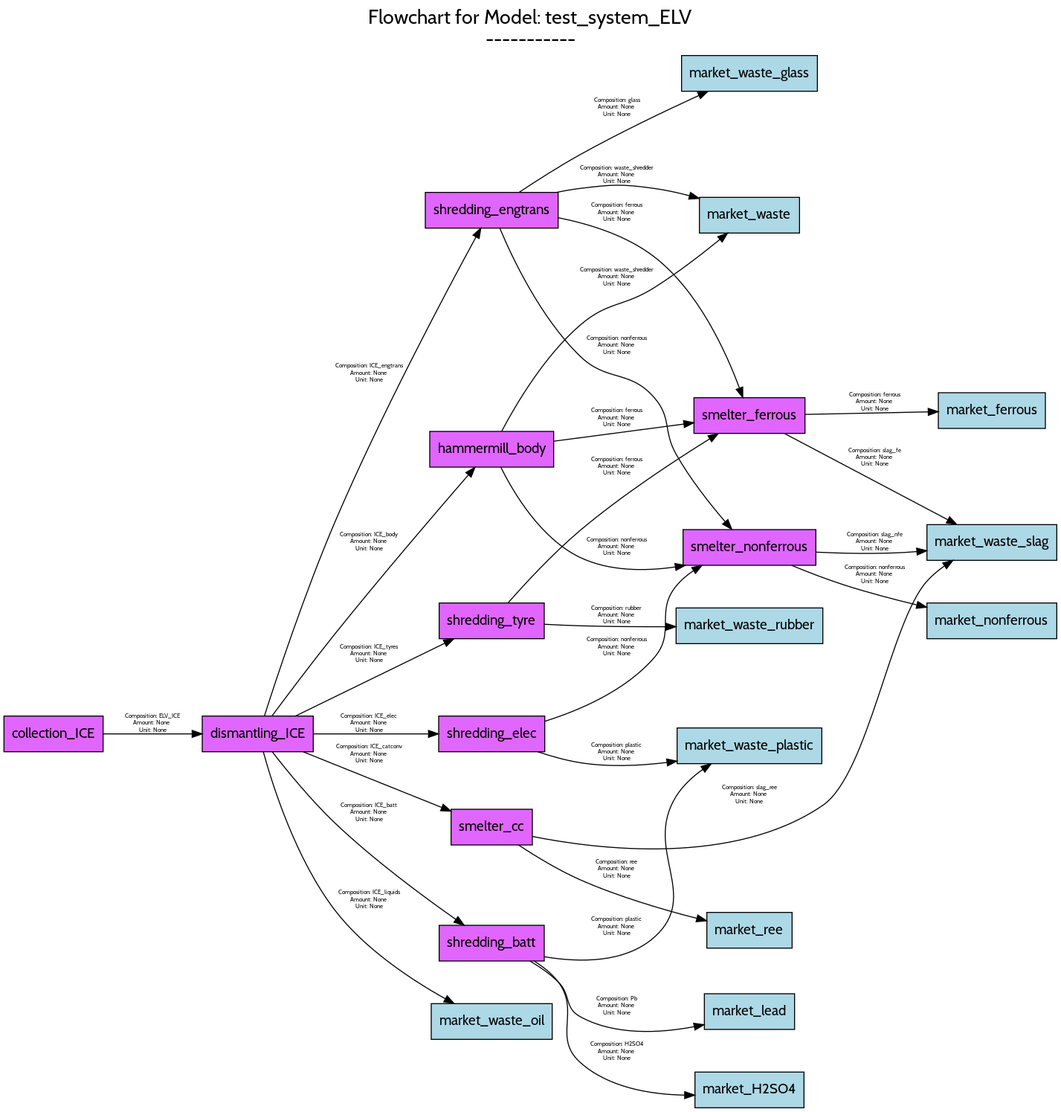
The Graphviz diagram src/examples/ELV/figures/flowcharts/models/png/test_system_ELV.png in FutuRaM-Project/Recovery-Model, before a commit. Its source is kept beside it as src/examples/ELV/figures/flowcharts/models/dot/test_system_ELV.dot.
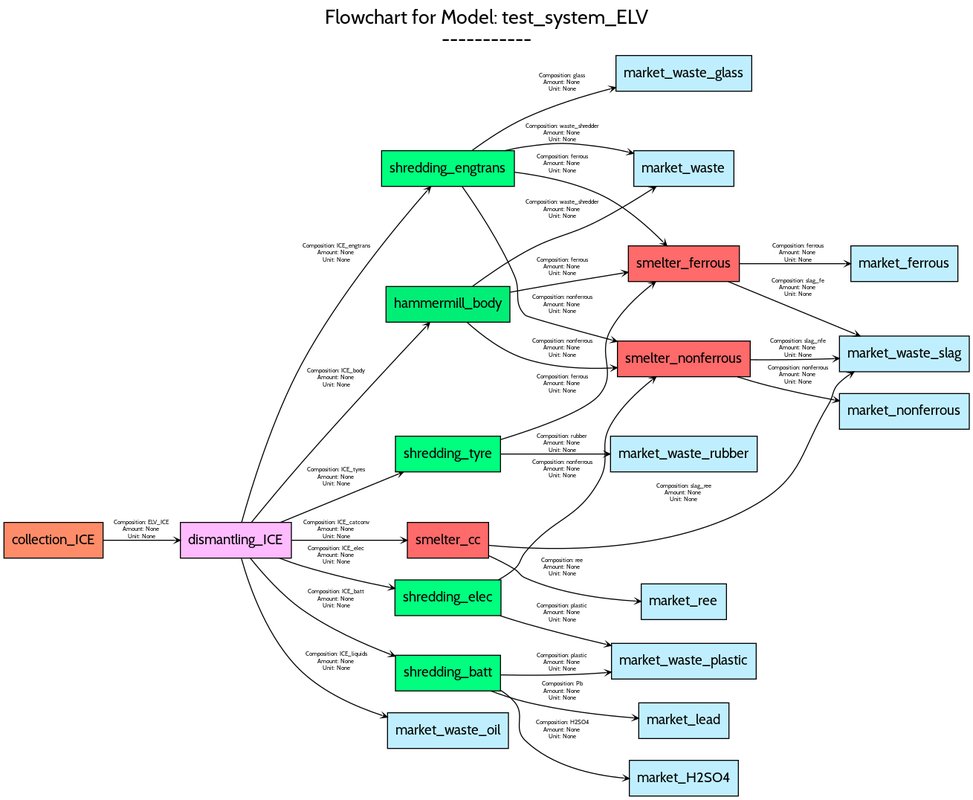
Above is the later version.

Diff of the diagram source:
```diff
@@ -1,3 +1,4 @@
 digraph {
-	graph [bb="0,0,1062,1113",
+	graph [bb="0,0,974,799",
+		engine=neato,
 		fontname=Cabin,
@@ -9,7 +10,7 @@
 		lheight=0.61,
-		lp="531,1087",
+		lp="487,773",
 		lwidth=4.54,
-		nodesep=0.6,
+		nodesep=0.3,
 		rankdir=LR,
-		ranksep=0.6
+		ranksep=0.3
 	];
@@ -19,6 +20,10 @@
 			fontsize=16,
-			label=Collection
+			label=Collection,
+			labelloc=t,
+			margin=25,
+			rank=1,
+			rankdir=LR,
+			style="rounded,filled"
 		];
-		collection_ICE	[color=black,
-			fillcolor=mediumorchid1,
+		collection_ICE	[fillcolor=salmon1,
 			fontname=Cabin,
@@ -26,3 +31,3 @@
 			height=0.5,
-			pos="50,377",
+			pos="50,258",
 			shape=box,
@@ -31,7 +36,20 @@
 	}
-	subgraph other {
+	subgraph dismantling {
 		graph [fontname=Cabin,
 			fontsize=16,
-			label=Other
+			label=Dismantling,
+			labelloc=t,
+			margin=25,
+			rank=2,
+			rankdir=LR,
+			style="rounded,filled"
 		];
+		dismantling_ICE	[fillcolor=plum1,
+			fontname=Cabin,
+			fontsize=14,
+			height=0.5,
+			pos="234,258",
+			shape=box,
+			style=filled,
+			width=1.5556];
 	}
@@ -40,6 +58,10 @@
 			fontsize=16,
-			label=Shredding
+			label=Shredding,
+			labelloc=t,
+			margin=25,
+			rank=3,
+			rankdir=LR,
+			style="rounded,filled"
 		];
-		shredding_engtrans	[color=black,
-			fillcolor=mediumorchid1,
+		shredding_engtrans	[fillcolor=springgreen1,
 			fontname=Cabin,
@@ -47,3 +69,3 @@
 			height=0.5,
-			pos="492,905",
+			pos="448,633",
 			shape=box,
@@ -51,4 +73,3 @@
 			width=1.8611];
-		shredding_tyre	[color=black,
-			fillcolor=mediumorchid1,
+		shredding_tyre	[fillcolor=springgreen1,
 			fontname=Cabin,
@@ -56,3 +77,3 @@
 			height=0.5,
-			pos="492,491",
+			pos="448,345",
 			shape=box,
@@ -60,4 +81,3 @@
 			width=1.4722];
-		shredding_elec	[color=black,
-			fillcolor=mediumorchid1,
+		shredding_elec	[fillcolor=springgreen1,
 			fontname=Cabin,
@@ -65,3 +85,3 @@
 			height=0.5,
-			pos="492,377",
+			pos="448,200",
 			shape=box,
@@ -69,4 +89,3 @@
 			width=1.4861];
-		shredding_batt	[color=black,
-			fillcolor=mediumorchid1,
+		shredding_batt	[fillcolor=springgreen1,
 			fontname=Cabin,
@@ -74,3 +93,3 @@
 			height=0.5,
-			pos="492,166",
+			pos="448,124",
 			shape=box,
@@ -79,2 +98,21 @@
 	}
+	subgraph hammermill {
+		graph [fontname=Cabin,
+			fontsize=16,
+			label=Hammermill,
+			labelloc=t,
+			margin=25,
+			rank=3,
+			rankdir=LR,
+			style="rounded,filled"
+		];
+		hammermill_body	[fillcolor=springgreen2,
+			fontname=Cabin,
+			fontsize=14,
+			height=0.5,
+			pos="448,496",
+			shape=box,
+			style=filled,
+			width=1.7361];
+	}
 	subgraph smelter {
@@ -82,6 +120,10 @@
 			fontsize=16,
-			label=Smelter
+			label=Smelter,
+			labelloc=t,
+			margin=25,
+			rank=4,
+			rankdir=LR,
+			style="rounded,filled"
 		];
-		smelter_cc	[color=black,
-			fillcolor=mediumorchid1,
+		smelter_cc	[fillcolor=indianred1,
 			fontname=Cabin,
@@ -89,3 +131,3 @@
 			height=0.5,
-			pos="492,283",
+			pos="448,258",
 			shape=box,
@@ -93,4 +135,3 @@
 			width=1.1389];
-		smelter_nonferrous	[color=black,
-			fillcolor=mediumorchid1,
+		smelter_nonferrous	[fillcolor=indianred1,
 			fontname=Cabin,
@@ -98,3 +139,3 @@
 			height=0.5,
-			pos="752,565",
+			pos="686,441",
 			shape=box,
@@ -102,4 +143,3 @@
 			width=1.8611];
-		smelter_ferrous	[color=black,
-			fillcolor=mediumorchid1,
+		smelter_ferrous	[fillcolor=indianred1,
 			fontname=Cabin,
@@ -107,3 +147,3 @@
 			height=0.5,
-			pos="752,698",
+			pos="686,537",
 			shape=box,
@@ -115,6 +155,10 @@
 			fontsize=16,
-			label=Market
+			label=Market,
+			labelloc=t,
+			margin=25,
+			rank=5,
+			rankdir=LR,
+			style="rounded,filled"
 		];
-		market_waste_rubber	[color=black,
-			fillcolor=lightblue,
+		market_waste_rubber	[fillcolor=lightblue1,
 			fontname=Cabin,
@@ -122,3 +166,3 @@
 			height=0.5,
-			pos="752,486",
+			pos="686,345",
 			shape=box,
@@ -126,4 +170,3 @@
 			width=2.0556];
-		market_ree	[color=black,
-			fillcolor=lightblue,
+		market_ree	[fillcolor=lightblue1,
 			fontname=Cabin,
@@ -131,3 +174,3 @@
 			height=0.5,
-			pos="752,179",
+			pos="686,196",
 			shape=box,
@@ -135,4 +178,3 @@
 			width=1.1944];
-		market_lead	[color=black,
-			fillcolor=lightblue,
+		market_lead	[fillcolor=lightblue1,
 			fontname=Cabin,
@@ -140,3 +182,3 @@
 			height=0.5,
-			pos="752,97",
+			pos="686,76",
 			shape=box,
@@ -144,4 +186,3 @@
 			width=1.2639];
-		market_H2SO4	[color=black,
-			fillcolor=lightblue,
+		market_H2SO4	[fillcolor=lightblue1,
 			fontname=Cabin,
@@ -149,3 +190,3 @@
 			height=0.5,
-			pos="752,18",
+			pos="686,18",
 			shape=box,
@@ -153,4 +194,3 @@
 			width=1.5278];
-		market_nonferrous	[color=black,
-			fillcolor=lightblue,
+		market_nonferrous	[fillcolor=lightblue1,
 			fontname=Cabin,
@@ -158,3 +198,3 @@
 			height=0.5,
-			pos="996.5,491",
+			pos="908.5,388",
 			shape=box,
@@ -162,4 +202,3 @@
 			width=1.8194];
-		market_ferrous	[color=black,
-			fillcolor=lightblue,
+		market_ferrous	[fillcolor=lightblue1,
 			fontname=Cabin,
@@ -167,3 +206,3 @@
 			height=0.5,
-			pos="996.5,703",
+			pos="908.5,537",
 			shape=box,
@@ -171,4 +210,3 @@
 			width=1.5];
-		market_waste	[color=black,
-			fillcolor=lightblue,
+		market_waste	[fillcolor=lightblue1,
 			fontname=Cabin,
@@ -176,3 +214,3 @@
 			height=0.5,
-			pos="752,900",
+			pos="686,633",
 			shape=box,
@@ -180,4 +218,3 @@
 			width=1.4028];
-		market_waste_glass	[color=black,
-			fillcolor=lightblue,
+		market_waste_glass	[fillcolor=lightblue1,
 			fontname=Cabin,
@@ -185,3 +222,3 @@
 			height=0.5,
-			pos="752,1043",
+			pos="686,729",
 			shape=box,
@@ -189,4 +226,3 @@
 			width=1.9028];
-		market_waste_plastic	[color=black,
-			fillcolor=lightblue,
+		market_waste_plastic	[fillcolor=lightblue1,
 			fontname=Cabin,
@@ -194,3 +230,3 @@
 			height=0.5,
-			pos="752,365",
+			pos="686,136",
 			shape=box,
@@ -198,4 +234,3 @@
 			width=2.0278];
-		market_waste_slag	[color=black,
-			fillcolor=lightblue,
+		market_waste_slag	[fillcolor=lightblue1,
 			fontname=Cabin,
@@ -203,3 +238,3 @@
 			height=0.5,
-			pos="996.5,570",
+			pos="908.5,446",
 			shape=box,
@@ -207,4 +242,3 @@
 			width=1.8194];
-		market_waste_oil	[color=black,
-			fillcolor=lightblue,
+		market_waste_oil	[fillcolor=lightblue1,
 			fontname=Cabin,
@@ -212,3 +246,3 @@
 			height=0.5,
-			pos="492,87",
+			pos="448,66",
 			shape=box,
@@ -217,12 +251,5 @@
 	}
-	dismantling_ICE	[color=black,
-		fillcolor=mediumorchid1,
-		fontname=Cabin,
-		fontsize=14,
-		height=0.5,
-		pos="256,377",
-		shape=box,
-		style=filled,
-		width=1.5556];
-	collection_ICE -> dismantling_ICE	[color=black,
+	collection_ICE -> dismantling_ICE	[arrowhead=vee,
+		arrowsize=0.5,
+		color=black,
 		fontname=Cabin,
@@ -232,5 +259,7 @@
 Unit: None",
-		lp="150,387.5",
-		pos="e,199.83,377 100.12,377 127.02,377 160.69,377 189.76,377"];
-	dismantling_ICE -> shredding_engtrans	[color=black,
+		lp="139,268.5",
+		pos="e,177.93,258 100.25,258 122.57,258 149.16,258 172.66,258"];
+	dismantling_ICE -> shredding_engtrans	[arrowhead=vee,
+		arrowsize=0.5,
+		color=black,
 		fontname=Cabin,
@@ -240,14 +269,37 @@
 Unit: None",
-		lp="368.5,740.5",
-		pos="e,481.03,886.95 262.69,395.03 274.59,432.21 303.54,519.86 334,591 380.62,699.88 446.93,824.4 476.17,878.07"];
-	hammermill_body	[color=black,
-		fillcolor=mediumorchid1,
+		lp="335.5,547.5",
+		pos="e,430.55,614.77 239.77,276 248.95,309.12 270.85,381.38 301,437 337.92,505.11 396.44,575.76 426.97,610.69"];
+	dismantling_ICE -> shredding_tyre	[arrowhead=vee,
+		arrowsize=0.5,
+		color=black,
 		fontname=Cabin,
-		fontsize=14,
-		height=0.5,
-		pos="492,664",
-		shape=box,
-		style=filled,
-		width=1.7361];
-	dismantling_ICE -> hammermill_body	[color=black,
+		fontsize=6,
+		label="Composition: ICE_tyres
+Amount: None
+Unit: None",
+		lp="335.5,321.5",
+		pos="e,403.13,327 278.93,276.03 313.75,290.32 362.37,310.27 398.36,325.04"];
+	dismantling_ICE -> shredding_elec	[arrowhead=vee,
+		arrowsize=0.5,
+		color=black,
+		fontname=Cabin,
+		fontsize=6,
+		label="Composition: ICE_elec
+Amount: None
+Unit: None",
+		lp="335.5,242.5",
+		pos="e,394.45,209.41 277.96,239.94 285.56,237.07 293.46,234.3 301,232 329.74,223.25 362.36,215.87 389.46,210.41"];
+	dismantling_ICE -> shredding_batt	[arrowhead=vee,
+		arrowsize=0.5,
+		color=black,
+		fontname=Cabin,
+		fontsize=6,
+		label="Composition: ICE_batt
+Amount: None
+Unit: None",
+		lp="335.5,198.5",
+		pos="e,394.68,141.08 248.55,239.97 260.87,224.56 280.25,202.63 301,188 328.05,168.93 361.69,153.71 389.85,142.91"];
+	dismantling_ICE -> hammermill_body	[arrowhead=vee,
+		arrowsize=0.5,
+		color=black,
 		fontname=Cabin,
@@ -257,5 +309,7 @@
 Unit: None",
-		lp="368.5,570.5",
-		pos="e,475.09,645.77 270.37,395.09 285.52,415.46 311.09,449.45 334,478 380.52,535.97 437.23,602.09 468.17,637.79"];
-	dismantling_ICE -> smelter_cc	[color=black,
+		lp="335.5,421.5",
+		pos="e,429.63,477.65 249.7,276.09 262.93,292.23 282.98,316.43 301,337 344.48,386.64 397.23,443.22 425.92,473.71"];
+	dismantling_ICE -> smelter_cc	[arrowhead=vee,
+		arrowsize=0.5,
+		color=black,
 		fontname=Cabin,
@@ -265,29 +319,7 @@
 Unit: None",
-		lp="368.5,356.5",
-		pos="e,450.99,299.04 301.78,358.96 312.35,354.71 323.57,350.19 334,346 369.9,331.57 410.43,315.31 441.32,302.92"];
-	dismantling_ICE -> shredding_tyre	[color=black,
-		fontname=Cabin,
-		fontsize=6,
-		label="Composition: ICE_tyres
-Amount: None
-Unit: None",
-		lp="368.5,457.5",
-		pos="e,453.71,472.83 294.08,395.06 334.86,414.93 400.47,446.9 444.63,468.41"];
-	dismantling_ICE -> shredding_elec	[color=black,
-		fontname=Cabin,
-		fontsize=6,
-		label="Composition: ICE_elec
-Amount: None
-Unit: None",
-		lp="368.5,387.5",
-		pos="e,438.22,377 312.16,377 346.84,377 391.69,377 427.8,377"];
-	dismantling_ICE -> shredding_batt	[color=black,
-		fontname=Cabin,
-		fontsize=6,
-		label="Composition: ICE_batt
-Amount: None
-Unit: None",
-		lp="368.5,297.5",
-		pos="e,464.11,184.15 270.75,358.79 285.43,339.89 309.85,309.95 334,287 372.93,250.01 422.74,213.15 455.7,190.01"];
-	dismantling_ICE -> market_waste_oil	[color=black,
+		lp="335.5,268.5",
+		pos="e,406.86,258 290.15,258 324.85,258 369.08,258 401.73,258"];
+	dismantling_ICE -> market_waste_oil	[arrowhead=vee,
+		arrowsize=0.5,
+		color=black,
 		fontname=Cabin,
@@ -297,5 +329,7 @@
 Unit: None",
-		lp="368.5,209.5",
-		pos="e,454.09,105.05 261.65,358.8 271,324.76 294.63,250.27 334,199 363.67,160.36 410.33,129.47 445.08,109.99"];
-	shredding_engtrans -> smelter_nonferrous	[color=black,
+		lp="335.5,135.5",
+		pos="e,386.82,79.613 239.6,239.54 247.54,211.24 266.39,157.05 301,125 323.47,104.19 354.23,90.293 381.73,81.246"];
+	shredding_engtrans -> smelter_nonferrous	[arrowhead=vee,
+		arrowsize=0.5,
+		color=black,
 		fontname=Cabin,
@@ -305,6 +339,8 @@
 Unit: None",
-		lp="618.5,768.5",
-		pos="e,734.16,583.28 500.24,886.68 512.84,856.68 541.32,796.55 581,758 608.4,731.38 630.97,744.86 656,716 673.79,695.48 664.64,682.64 \
-678,659 691.93,634.35 711.86,609.16 727.38,591.07"];
-	shredding_engtrans -> smelter_ferrous	[color=black,
+		lp="563.5,495.5",
+		pos="e,618.65,458.58 462.36,614.75 477.06,593.95 500.51,558.48 515,525 522.32,508.08 512.97,498.05 526,485 527.71,483.28 572.15,471.06 \
+613.61,459.93"];
+	shredding_engtrans -> smelter_ferrous	[arrowhead=vee,
+		arrowsize=0.5,
+		color=black,
 		fontname=Cabin,
@@ -314,5 +350,7 @@
 Unit: None",
-		lp="618.5,902.5",
-		pos="e,745.27,716.15 559.25,897.44 591.1,891.09 628.27,879.43 656,858 700.56,823.57 728.48,761.86 741.76,725.97"];
-	shredding_engtrans -> market_waste	[color=black,
+		lp="563.5,637.5",
+		pos="e,668.87,555.02 515.21,629.26 542.72,625.81 574.38,619.28 601,607 625.79,595.57 649.24,574.89 665.03,558.96"];
+	shredding_engtrans -> market_waste	[arrowhead=vee,
+		arrowsize=0.5,
+		color=black,
 		fontname=Cabin,
@@ -322,6 +360,8 @@
 Unit: None",
-		lp="618.5,940.5",
-		pos="e,701.27,916.93 557.54,923.04 565.39,924.67 573.34,926.06 581,927 614.08,931.07 622.99,931.6 656,927 667.68,925.37 679.93,922.67 \
-691.61,919.59"];
-	shredding_engtrans -> market_waste_glass	[color=black,
+		lp="563.5,668.5",
+		pos="e,635.22,648.28 505.38,651.04 512.27,652.67 519.25,654.06 526,655 559.01,659.62 567.94,659.26 601,655 610.55,653.77 620.56,651.78 \
+630.21,649.5"];
+	shredding_engtrans -> market_waste_glass	[arrowhead=vee,
+		arrowsize=0.5,
+		color=black,
 		fontname=Cabin,
@@ -331,5 +371,28 @@
 Unit: None",
-		lp="618.5,1008.5",
-		pos="e,710.13,1024.9 519.85,923.25 537.03,934.63 559.96,949.28 581,961 620.38,982.93 666.53,1005 700.8,1020.7"];
-	hammermill_body -> smelter_nonferrous	[color=black,
+		lp="563.5,719.5",
+		pos="e,617.22,714.73 472.16,651.09 486.89,661.89 506.76,675.17 526,684 553.12,696.45 584.46,706.21 612.1,713.42"];
+	shredding_tyre -> smelter_ferrous	[arrowhead=vee,
+		arrowsize=0.5,
+		color=black,
+		fontname=Cabin,
+		fontsize=6,
+		label="Composition: ferrous
+Amount: None
+Unit: None",
+		lp="563.5,415.5",
+		pos="e,657.48,518.84 501.06,359.56 539.7,371.42 587.87,388.8 601,405 619.45,427.76 598.01,444.26 612,470 621.84,488.1 638.44,503.92 653.33,\
+515.64"];
+	shredding_tyre -> market_waste_rubber	[arrowhead=vee,
+		arrowsize=0.5,
+		color=black,
+		fontname=Cabin,
+		fontsize=6,
+		label="Composition: rubber
+Amount: None
+Unit: None",
+		lp="563.5,355.5",
+		pos="e,611.57,345 501.08,345 532,345 571.82,345 606.49,345"];
+	shredding_elec -> smelter_nonferrous	[arrowhead=vee,
+		arrowsize=0.5,
+		color=black,
 		fontname=Cabin,
@@ -339,5 +402,59 @@
 Unit: None",
-		lp="618.5,565.5",
-		pos="e,687.18,546.94 501.22,645.87 514.04,620.1 541.5,573.88 581,555 610.49,540.91 646.2,540.85 677.27,545.33"];
-	hammermill_body -> smelter_ferrous	[color=black,
+		lp="563.5,329.5",
+		pos="e,658.05,423 498.84,218.05 504.6,221.22 510.14,224.86 515,229 521.85,234.83 520.3,239.04 526,246 555.49,281.98 578.77,278.14 601,\
+319 612.91,340.9 599.77,352.28 612,374 622.18,392.09 638.98,408.01 653.9,419.79"];
+	shredding_elec -> market_waste_plastic	[arrowhead=vee,
+		arrowsize=0.5,
+		color=black,
+		fontname=Cabin,
+		fontsize=6,
+		label="Composition: plastic
+Amount: None
+Unit: None",
+		lp="563.5,184.5",
+		pos="e,612.61,151.84 500.57,181.87 509.03,179.1 517.73,176.38 526,174 552.34,166.42 581.43,159.16 607.45,153.04"];
+	shredding_batt -> market_lead	[arrowhead=vee,
+		arrowsize=0.5,
+		color=black,
+		fontname=Cabin,
+		fontsize=6,
+		label="Composition: Pb
+Amount: None
+Unit: None",
+		lp="563.5,105.5",
+		pos="e,640.28,78.453 491.59,105.87 502.63,101.75 514.62,97.779 526,95 562.02,86.203 603.66,81.415 635.29,78.847"];
+	shredding_batt -> market_H2SO4	[arrowhead=vee,
+		arrowsize=0.5,
+		color=black,
+		fontname=Cabin,
+		fontsize=6,
+		label="Composition: H2SO4
+Amount: None
+Unit: None",
+		lp="563.5,66.5",
+		pos="e,630.91,17.625 501.1,106.65 506.27,103.39 511.06,99.533 515,95 526.82,81.411 513.01,68.475 526,56 552.33,30.713 592.34,21.243 625.63,\
+18.08"];
+	shredding_batt -> market_waste_plastic	[arrowhead=vee,
+		arrowsize=0.5,
+		color=black,
+		fontname=Cabin,
+		fontsize=6,
+		label="Composition: plastic
+Amount: None
+Unit: None",
+		lp="563.5,134.5",
+		pos="e,612.68,125 501.12,122.18 530.49,121.61 567.83,121.64 601,124 603.15,124.15 605.33,124.33 607.52,124.52"];
+	hammermill_body -> smelter_nonferrous	[arrowhead=vee,
+		arrowsize=0.5,
+		color=black,
+		fontname=Cabin,
+		fontsize=6,
+		label="Composition: nonferrous
+Amount: None
+Unit: None",
+		lp="563.5,451.5",
+		pos="e,618.62,432.04 467.38,477.77 481.92,464.72 503.47,448.22 526,441 553.72,432.12 585.57,430.55 613.46,431.78"];
+	hammermill_body -> smelter_ferrous	[arrowhead=vee,
+		arrowsize=0.5,
+		color=black,
 		fontname=Cabin,
@@ -347,5 +464,7 @@
 Unit: None",
-		lp="618.5,695.5",
-		pos="e,695.85,690.73 554.8,672.14 594.38,677.36 645.67,684.12 685.88,689.42"];
-	hammermill_body -> market_waste	[color=black,
+		lp="563.5,533.5",
+		pos="e,629.74,528.39 510.75,508.2 515.9,509.17 521.04,510.11 526,511 558.53,516.83 594.91,522.81 624.65,527.57"];
+	hammermill_body -> market_waste	[arrowhead=vee,
+		arrowsize=0.5,
+		color=black,
 		fontname=Cabin,
@@ -355,6 +474,8 @@
 Unit: None",
-		lp="618.5,837.5",
-		pos="e,729.95,881.99 502.11,682.25 516.04,708.64 544.87,757.75 581,789 609.26,813.45 624.38,807.09 656,827 679.2,841.61 703.69,860.53 \
-722,875.45"];
-	smelter_cc -> market_ree	[color=black,
+		lp="563.5,591.5",
+		pos="e,657.99,614.83 472.82,514.24 487.65,525.11 507.37,538.75 526,549 557.75,566.47 568.83,564.3 601,581 618.95,590.32 638.19,602.08 \
+653.71,612.07"];
+	smelter_cc -> market_ree	[arrowhead=vee,
+		arrowsize=0.5,
+		color=black,
 		fontname=Cabin,
@@ -364,5 +485,8 @@
 Unit: None",
-		lp="618.5,240.5",
-		pos="e,708.73,188.54 519.02,264.95 536.06,253.74 559.15,239.67 581,230 619.21,213.08 664.64,199.78 698.92,191.01"];
-	smelter_cc -> market_waste_slag	[color=black,
+		lp="563.5,230.5",
+		pos="e,642.79,196.33 489.32,242.37 498.02,238.43 507,233.91 515,229 520.39,225.7 520.23,222.56 526,220 561.36,204.3 605.03,198.57 637.66,\
+196.61"];
+	smelter_cc -> market_waste_slag	[arrowhead=vee,
+		arrowsize=0.5,
+		color=black,
 		fontname=Cabin,
@@ -372,6 +496,28 @@
 Unit: None",
-		lp="752,315.5",
-		pos="e,957.21,551.92 533.06,273.58 600.14,260.24 736.64,243.74 826,305 871.68,336.31 894.03,489.77 931,531 936.04,536.63 942.1,541.7 \
-948.44,546.18"];
-	shredding_tyre -> smelter_ferrous	[color=black,
+		lp="686,305.5",
+		pos="e,857.7,427.95 489.1,252.9 551.71,246.98 674.37,243.78 760,295 807,323.11 803.66,348.14 832,395 837.66,404.35 835.11,409.43 843,\
+417 846.12,419.99 849.6,422.71 853.29,425.18"];
+	smelter_nonferrous -> market_nonferrous	[arrowhead=vee,
+		arrowsize=0.5,
+		color=black,
+		fontname=Cabin,
+		fontsize=6,
+		label="Composition: nonferrous
+Amount: None
+Unit: None",
+		lp="801.5,424.5",
+		pos="e,842.91,398.62 740.04,422.87 750.25,419.68 760.91,416.57 771,414 792.53,408.51 816.24,403.61 837.78,399.57"];
+	smelter_nonferrous -> market_waste_slag	[arrowhead=vee,
+		arrowsize=0.5,
+		color=black,
+		fontname=Cabin,
+		fontsize=6,
+		label="Composition: slag_nfe
+Amount: None
+Unit: None",
+		lp="801.5,451.5",
+		pos="e,842.85,441.44 753.06,440.08 777.83,439.98 806.21,440.15 832,441 833.88,441.06 835.79,441.13 837.72,441.21"];
+	smelter_ferrous -> market_ferrous	[arrowhead=vee,
+		arrowsize=0.5,
+		color=black,
 		fontname=Cabin,
@@ -381,81 +527,7 @@
 Unit: None",
-		lp="618.5,646.5",
-		pos="e,720.5,679.83 508.56,509.16 525.42,528.33 553.61,558.91 581,582 623.18,617.56 676.33,652.43 711.86,674.5"];
-	shredding_tyre -> market_waste_rubber	[color=black,
-		fontname=Cabin,
-		fontsize=6,
-		label="Composition: rubber
-Amount: None
-Unit: None",
-		lp="618.5,496.5",
-		pos="e,677.77,485.09 545.1,487.55 556.9,486.9 569.37,486.33 581,486 609.25,485.2 640.14,485 667.76,485.06"];
-	shredding_elec -> smelter_nonferrous	[color=black,
-		fontname=Cabin,
-		fontsize=6,
-		label="Composition: nonferrous
-Amount: None
-Unit: None",
-		lp="618.5,464.5",
-		pos="e,704.15,547 545.8,389.81 581.61,401.08 627.44,420.98 656,454 677.89,479.31 656.74,500.16 678,526 682.94,532.01 689.06,537.22 695.63,\
-541.7"];
-	shredding_elec -> market_waste_plastic	[color=black,
-		fontname=Cabin,
-		fontsize=6,
-		label="Composition: plastic
-Amount: None
-Unit: None",
-		lp="618.5,358.5",
-		pos="e,678.79,349.55 538.44,358.98 551.92,354.47 566.86,350.27 581,348 609.43,343.44 640.74,344.78 668.67,348.2"];
-	shredding_batt -> market_lead	[color=black,
-		fontname=Cabin,
-		fontsize=6,
-		label="Composition: Pb
-Amount: None
-Unit: None",
-		lp="618.5,102.5",
-		pos="e,706.18,83.796 530.81,147.81 540.66,142 550.8,134.98 559,127 572.17,114.19 564.92,100.89 581,92 615.81,72.764 661.06,75.155 696.12,\
-81.741"];
-	shredding_batt -> market_H2SO4	[color=black,
-		fontname=Cabin,
-		fontsize=6,
-		label="Composition: H2SO4
-Amount: None
-Unit: None",
-		lp="618.5,56.5",
-		pos="e,696.67,12.745 534.88,147.84 543.9,142.28 552.63,135.36 559,127 581.61,97.329 553.31,71 581,46 609.19,20.549 651.23,13.456 686.45,\
-12.772"];
-	shredding_batt -> market_waste_plastic	[color=black,
-		fontname=Cabin,
-		fontsize=6,
-		label="Composition: plastic
-Amount: None
-Unit: None",
-		lp="618.5,182.5",
-		pos="e,713.35,346.84 545.21,152.29 580.73,146.32 626.48,145.75 656,172 703.72,214.44 644.22,259.8 678,314 684.71,324.77 694.62,333.87 \
-704.99,341.27"];
-	smelter_nonferrous -> market_nonferrous	[color=black,
-		fontname=Cabin,
-		fontsize=6,
-		label="Composition: nonferrous
-Amount: None
-Unit: None",
-		lp="878.5,537.5",
-		pos="e,930.7,504.73 794.62,546.87 811.06,540.1 830.24,532.69 848,527 871.39,519.51 897.3,512.7 920.79,507.07"];
-	smelter_nonferrous -> market_waste_slag	[color=black,
-		fontname=Cabin,
-		fontsize=6,
-		label="Composition: slag_nfe
-Amount: None
-Unit: None",
-		lp="878.5,570.5",
-		pos="e,930.86,561.7 819.07,560.27 846.85,558.96 879.51,558.3 909,560 912.88,560.22 916.85,560.5 920.86,560.82"];
-	smelter_ferrous -> market_ferrous	[color=black,
-		fontname=Cabin,
-		fontsize=6,
-		label="Composition: ferrous
-Amount: None
-Unit: None",
-		lp="878.5,711.5",
-		pos="e,942.36,701.9 808.03,699.13 844.97,699.9 893.75,700.9 932.29,701.7"];
-	smelter_ferrous -> market_waste_slag	[color=black,
+		lp="801.5,547.5",
+		pos="e,854.27,537 742.07,537 774.64,537 815.87,537 849.02,537"];
+	smelter_ferrous -> market_waste_slag	[arrowhead=vee,
+		arrowsize=0.5,
+		color=black,
 		fontname=Cabin,
@@ -465,4 +537,4 @@
 Unit: None",
-		lp="878.5,655.5",
-		pos="e,961.05,588.18 787.23,679.93 830.44,657.13 904.8,617.87 951.99,592.96"];
+		lp="801.5,512.5",
+		pos="e,863.76,464.05 730.83,518.91 767.73,503.68 820.46,481.92 858.7,466.14"];
 }
```
